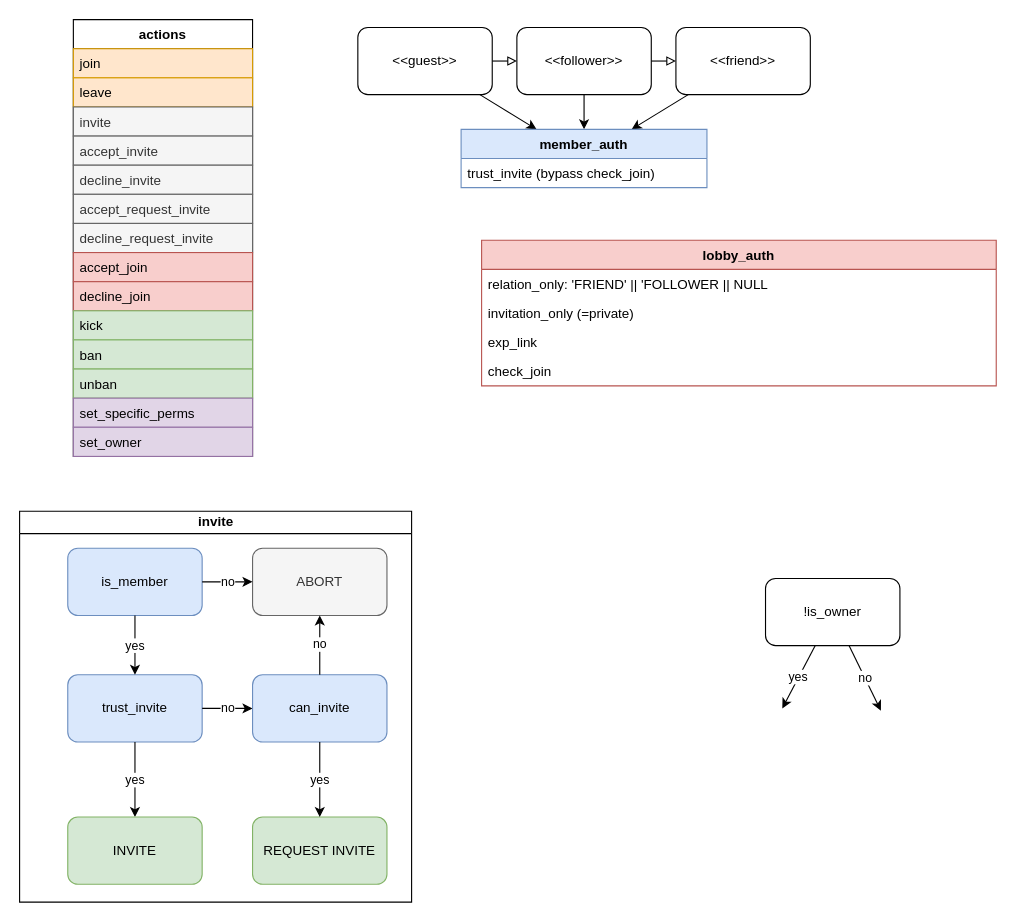
This is _bin/diagrams/lobby/auth.drawio from papawou/o_7, a draw.io file, before an edit. Source tidied: cells renumbered, new cells numbered last; positions are measured from the earlier drawing's top-left corner, leaving out a move shared by most shapes. Both pictures are drawn from the tidied source at 112%, with x=0, y=0 at pixel (19, 19).
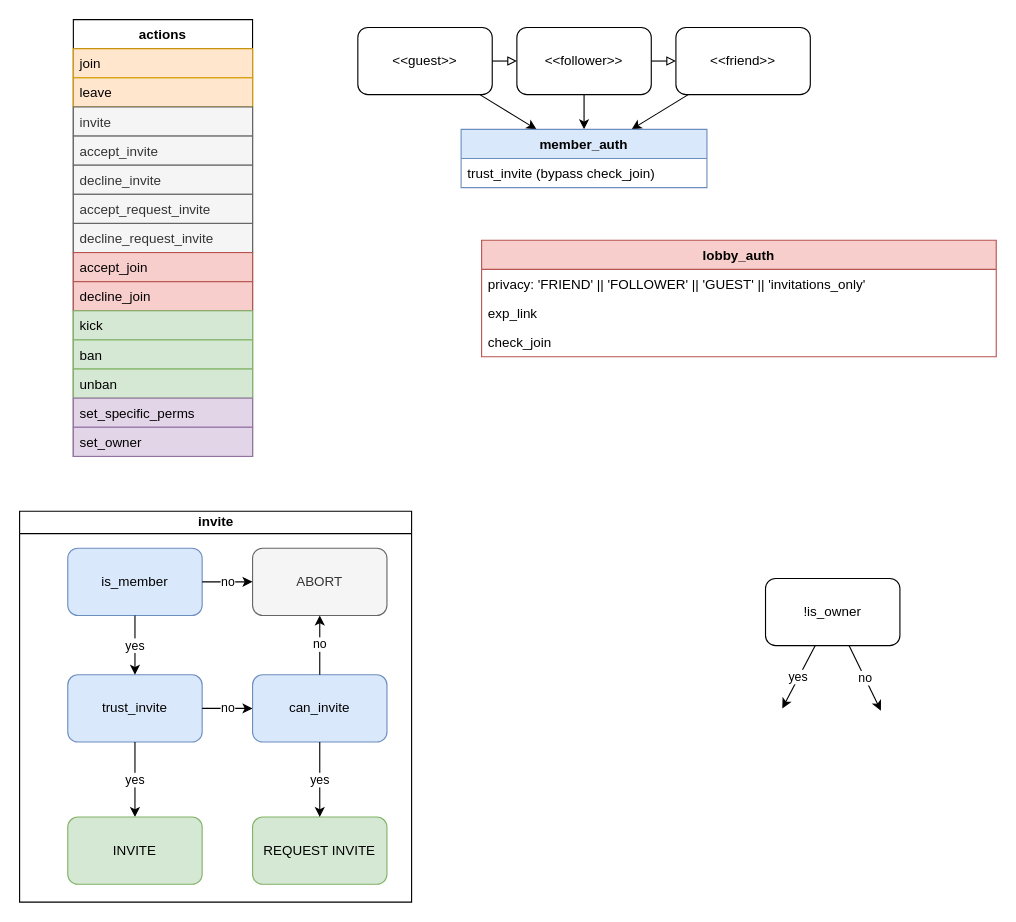
After the change.

The edit, as a diff of the source:
```diff
@@
     <mxCell id="28" value="lobby_auth" style="swimlane;fontStyle=1;align=center;verticalAlign=top;horizontal=1;startSize=26;fillColor=#f8cecc;strokeColor=#b85450;" parent="1" vertex="1">
-      <mxGeometry x="412.5" y="197" width="459.5" height="130" as="geometry" />
+      <mxGeometry x="412.5" y="197" width="459.5" height="104" as="geometry" />
     </mxCell>
-    <mxCell id="29" value="relation_only: 'FRIEND' || 'FOLLOWER || NULL" style="text;strokeColor=none;fillColor=none;align=left;verticalAlign=top;spacingLeft=4;spacingRight=4;overflow=hidden;" parent="28" vertex="1">
+    <mxCell id="29" value="privacy: 'FRIEND' || 'FOLLOWER' || 'GUEST' || 'invitations_only'" style="text;strokeColor=none;fillColor=none;align=left;verticalAlign=top;spacingLeft=4;spacingRight=4;overflow=hidden;" parent="28" vertex="1">
       <mxGeometry y="26" width="459.5" height="26" as="geometry" />
     </mxCell>
-    <mxCell id="30" value="invitation_only (=private)" style="text;strokeColor=none;fillColor=none;align=left;verticalAlign=top;spacingLeft=4;spacingRight=4;overflow=hidden;" parent="28" vertex="1">
-      <mxGeometry y="52" width="459.5" height="26" as="geometry" />
-    </mxCell>
     <mxCell id="31" value="exp_link" style="text;strokeColor=none;fillColor=none;align=left;verticalAlign=top;spacingLeft=4;spacingRight=4;overflow=hidden;" parent="28" vertex="1">
-      <mxGeometry y="78" width="459.5" height="26" as="geometry" />
+      <mxGeometry y="52" width="459.5" height="26" as="geometry" />
     </mxCell>
     <mxCell id="32" value="check_join" style="text;strokeColor=none;fillColor=none;align=left;verticalAlign=top;spacingLeft=4;spacingRight=4;overflow=hidden;" parent="28" vertex="1">
-      <mxGeometry y="104" width="459.5" height="26" as="geometry" />
+      <mxGeometry y="78" width="459.5" height="26" as="geometry" />
     </mxCell>
```
